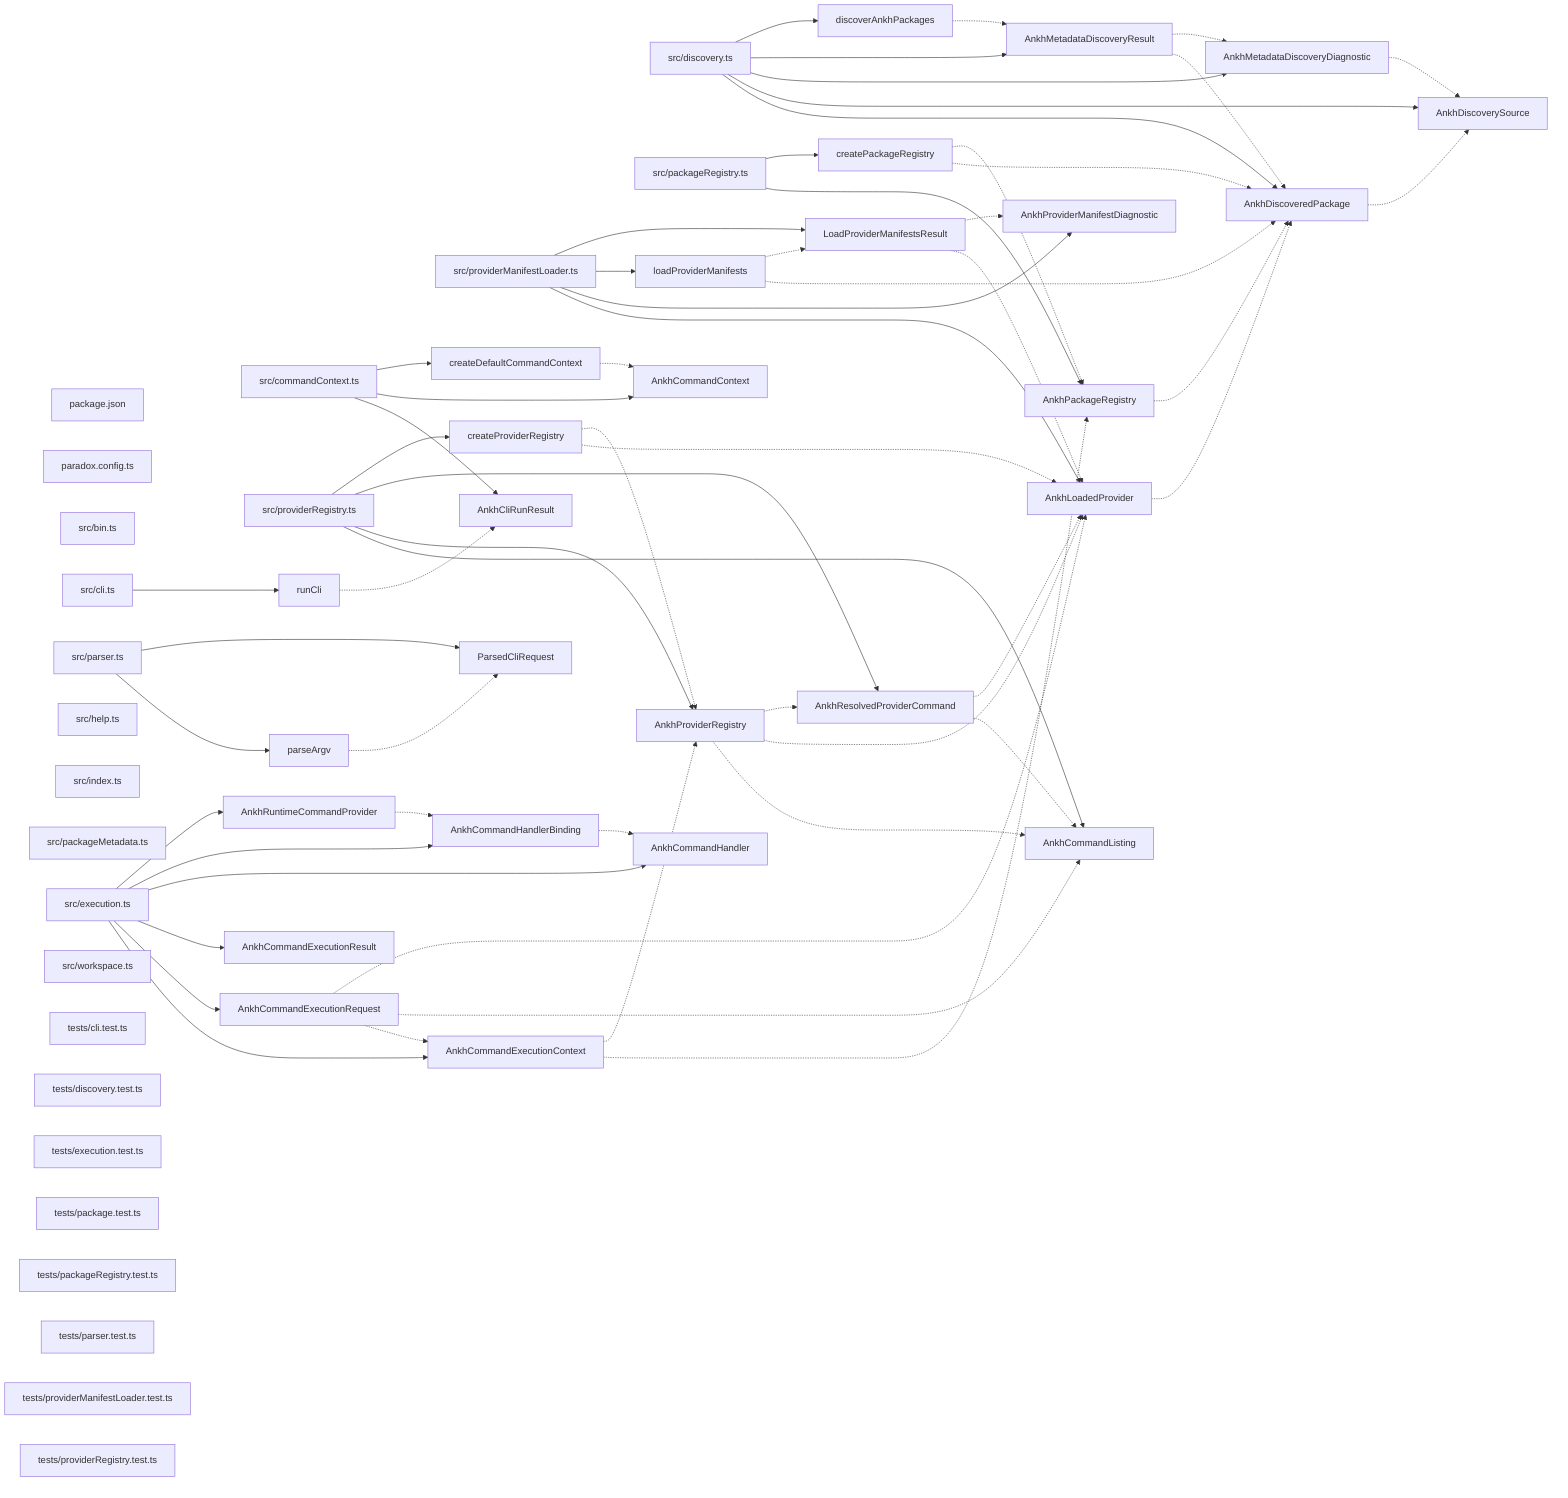
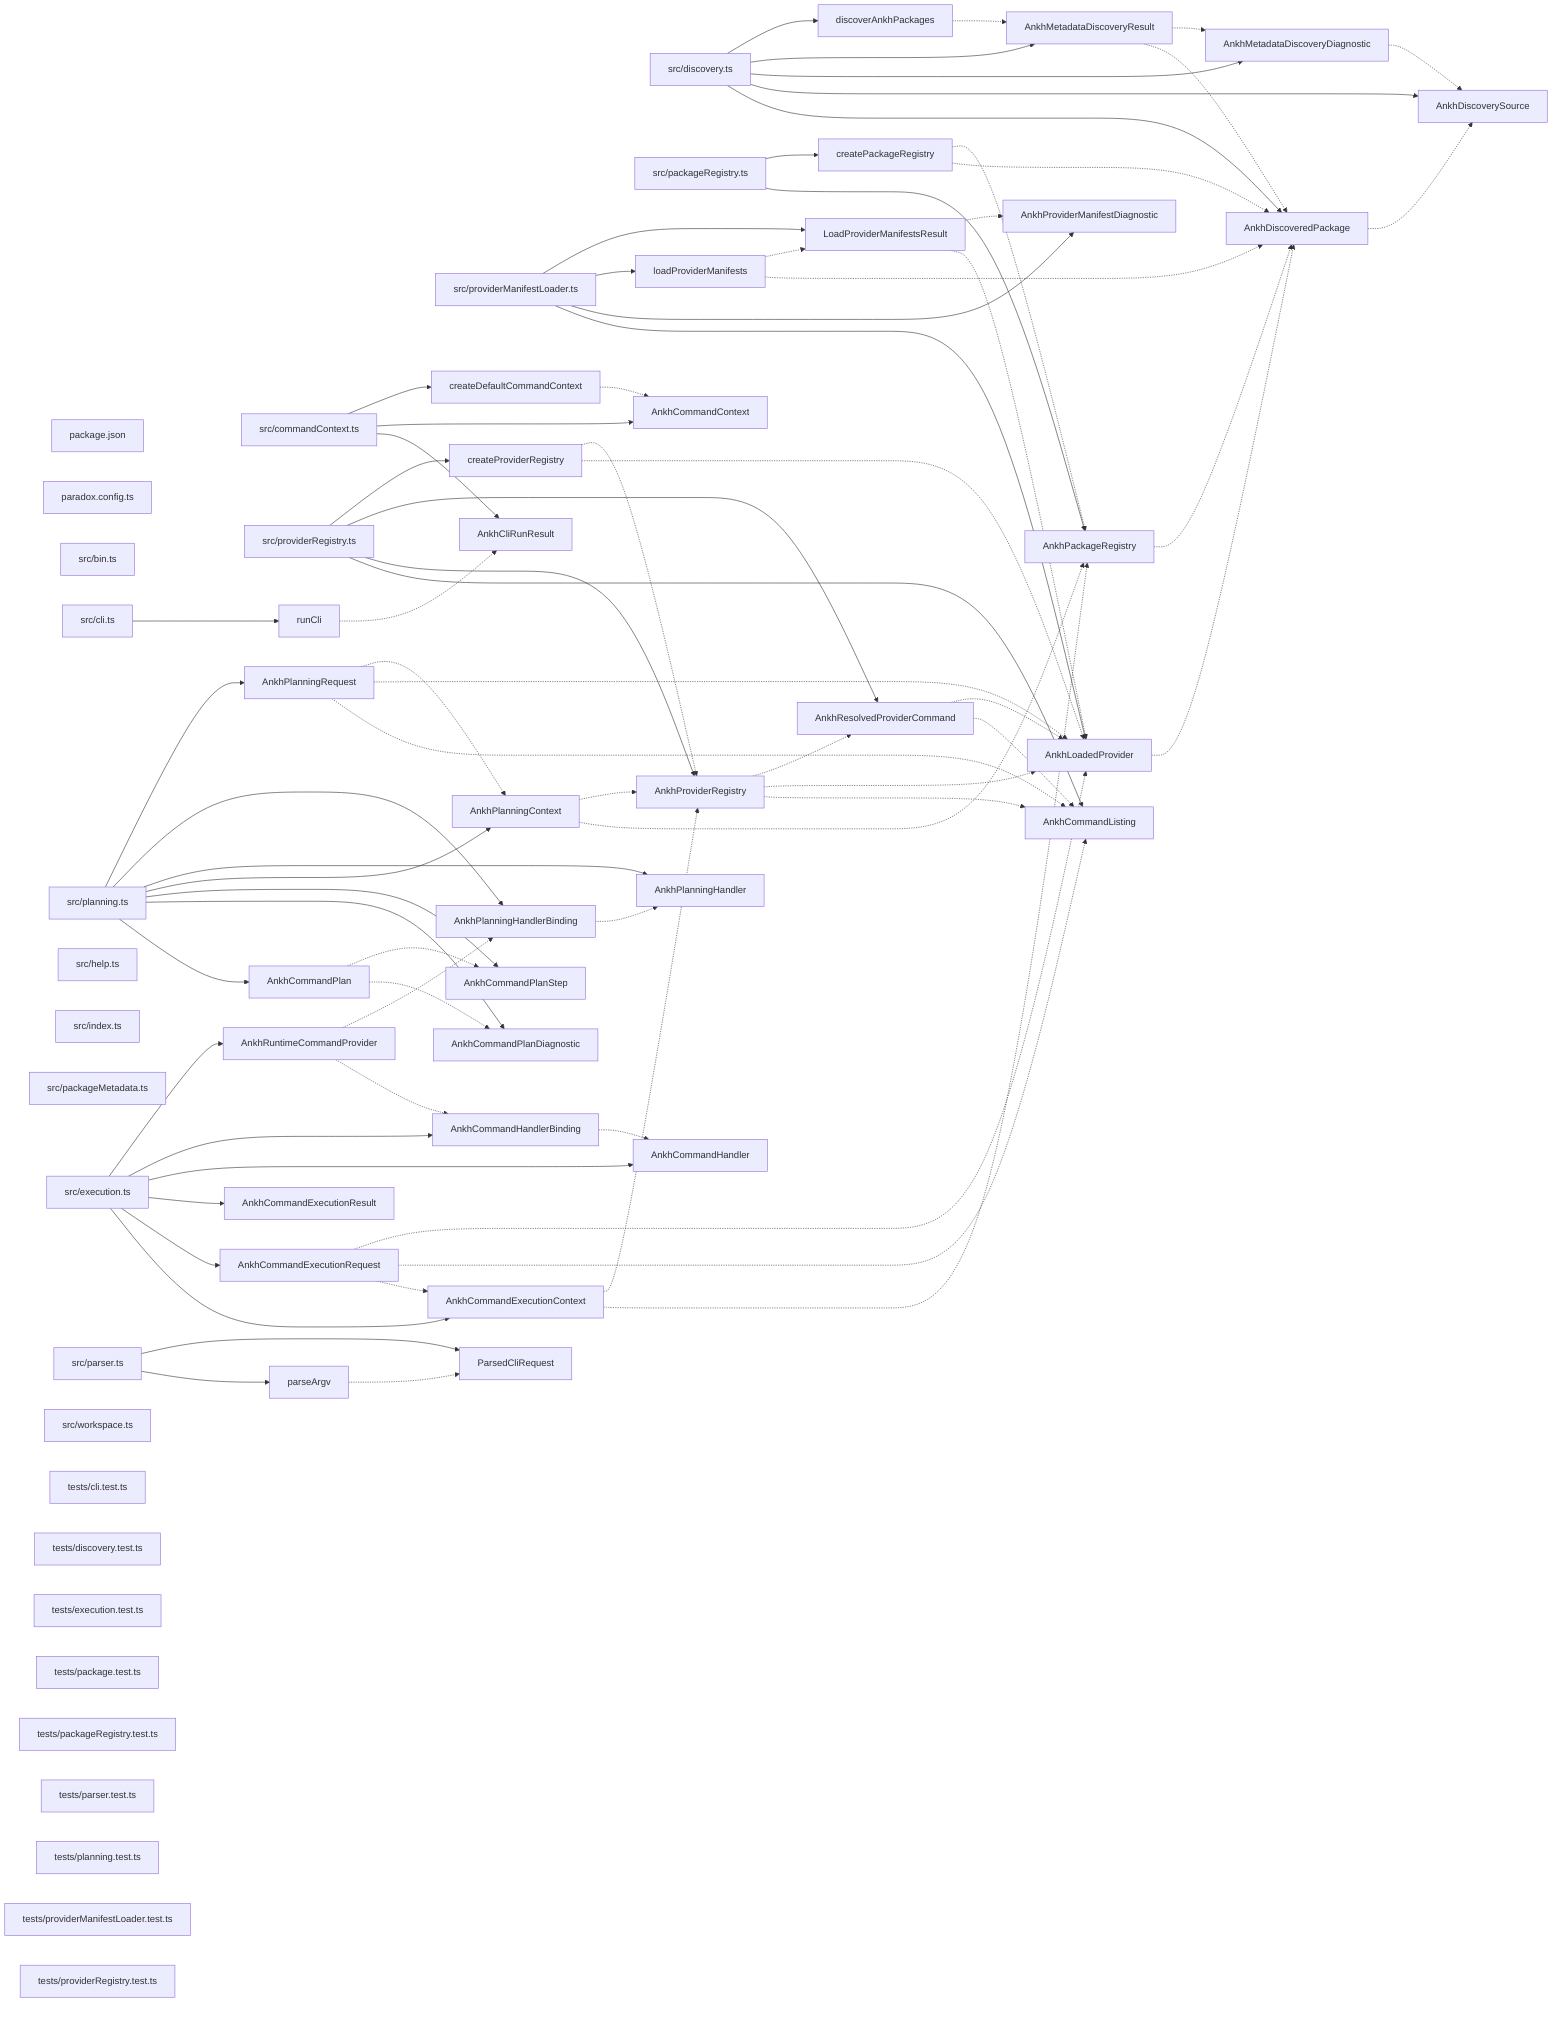
graph LR
  module_package_json["package.json"]
  module_paradox_config_ts["paradox.config.ts"]
  module_src_bin_ts["src/bin.ts"]
  module_src_cli_ts["src/cli.ts"]
  module_src_commandContext_ts["src/commandContext.ts"]
  module_src_discovery_ts["src/discovery.ts"]
  module_src_execution_ts["src/execution.ts"]
  module_src_help_ts["src/help.ts"]
  module_src_index_ts["src/index.ts"]
  module_src_packageMetadata_ts["src/packageMetadata.ts"]
  module_src_packageRegistry_ts["src/packageRegistry.ts"]
  module_src_parser_ts["src/parser.ts"]
+   module_src_planning_ts["src/planning.ts"]
  module_src_providerManifestLoader_ts["src/providerManifestLoader.ts"]
  module_src_providerRegistry_ts["src/providerRegistry.ts"]
  module_src_workspace_ts["src/workspace.ts"]
  module_tests_cli_test_ts["tests/cli.test.ts"]
  module_tests_discovery_test_ts["tests/discovery.test.ts"]
  module_tests_execution_test_ts["tests/execution.test.ts"]
  module_tests_package_test_ts["tests/package.test.ts"]
  module_tests_packageRegistry_test_ts["tests/packageRegistry.test.ts"]
  module_tests_parser_test_ts["tests/parser.test.ts"]
+   module_tests_planning_test_ts["tests/planning.test.ts"]
  module_tests_providerManifestLoader_test_ts["tests/providerManifestLoader.test.ts"]
  module_tests_providerRegistry_test_ts["tests/providerRegistry.test.ts"]
  export_AnkhCliRunResult["AnkhCliRunResult"]
  module_src_commandContext_ts --> export_AnkhCliRunResult
  export_AnkhCommandContext["AnkhCommandContext"]
  module_src_commandContext_ts --> export_AnkhCommandContext
  export_AnkhCommandExecutionContext["AnkhCommandExecutionContext"]
  module_src_execution_ts --> export_AnkhCommandExecutionContext
  export_AnkhCommandExecutionContext -.-> export_AnkhPackageRegistry
  export_AnkhCommandExecutionContext -.-> export_AnkhProviderRegistry
  export_AnkhCommandExecutionRequest["AnkhCommandExecutionRequest"]
  module_src_execution_ts --> export_AnkhCommandExecutionRequest
  export_AnkhCommandExecutionRequest -.-> export_AnkhCommandExecutionContext
  export_AnkhCommandExecutionRequest -.-> export_AnkhCommandListing
  export_AnkhCommandExecutionRequest -.-> export_AnkhLoadedProvider
  export_AnkhCommandExecutionResult["AnkhCommandExecutionResult"]
  module_src_execution_ts --> export_AnkhCommandExecutionResult
  export_AnkhCommandHandler["AnkhCommandHandler"]
  module_src_execution_ts --> export_AnkhCommandHandler
  export_AnkhCommandHandlerBinding["AnkhCommandHandlerBinding"]
  module_src_execution_ts --> export_AnkhCommandHandlerBinding
  export_AnkhCommandHandlerBinding -.-> export_AnkhCommandHandler
  export_AnkhCommandListing["AnkhCommandListing"]
  module_src_providerRegistry_ts --> export_AnkhCommandListing
+   export_AnkhCommandPlan["AnkhCommandPlan"]
+   module_src_planning_ts --> export_AnkhCommandPlan
+   export_AnkhCommandPlan -.-> export_AnkhCommandPlanDiagnostic
+   export_AnkhCommandPlan -.-> export_AnkhCommandPlanStep
+   export_AnkhCommandPlanDiagnostic["AnkhCommandPlanDiagnostic"]
+   module_src_planning_ts --> export_AnkhCommandPlanDiagnostic
+   export_AnkhCommandPlanStep["AnkhCommandPlanStep"]
+   module_src_planning_ts --> export_AnkhCommandPlanStep
  export_AnkhDiscoveredPackage["AnkhDiscoveredPackage"]
  module_src_discovery_ts --> export_AnkhDiscoveredPackage
  export_AnkhDiscoveredPackage -.-> export_AnkhDiscoverySource
  export_AnkhDiscoverySource["AnkhDiscoverySource"]
  module_src_discovery_ts --> export_AnkhDiscoverySource
  export_AnkhLoadedProvider["AnkhLoadedProvider"]
  module_src_providerManifestLoader_ts --> export_AnkhLoadedProvider
  export_AnkhLoadedProvider -.-> export_AnkhDiscoveredPackage
  export_AnkhMetadataDiscoveryDiagnostic["AnkhMetadataDiscoveryDiagnostic"]
  module_src_discovery_ts --> export_AnkhMetadataDiscoveryDiagnostic
  export_AnkhMetadataDiscoveryDiagnostic -.-> export_AnkhDiscoverySource
  export_AnkhMetadataDiscoveryResult["AnkhMetadataDiscoveryResult"]
  module_src_discovery_ts --> export_AnkhMetadataDiscoveryResult
  export_AnkhMetadataDiscoveryResult -.-> export_AnkhDiscoveredPackage
  export_AnkhMetadataDiscoveryResult -.-> export_AnkhMetadataDiscoveryDiagnostic
  export_AnkhPackageRegistry["AnkhPackageRegistry"]
  module_src_packageRegistry_ts --> export_AnkhPackageRegistry
  export_AnkhPackageRegistry -.-> export_AnkhDiscoveredPackage
+   export_AnkhPlanningContext["AnkhPlanningContext"]
+   module_src_planning_ts --> export_AnkhPlanningContext
+   export_AnkhPlanningContext -.-> export_AnkhPackageRegistry
+   export_AnkhPlanningContext -.-> export_AnkhProviderRegistry
+   export_AnkhPlanningHandler["AnkhPlanningHandler"]
+   module_src_planning_ts --> export_AnkhPlanningHandler
+   export_AnkhPlanningHandlerBinding["AnkhPlanningHandlerBinding"]
+   module_src_planning_ts --> export_AnkhPlanningHandlerBinding
+   export_AnkhPlanningHandlerBinding -.-> export_AnkhPlanningHandler
+   export_AnkhPlanningRequest["AnkhPlanningRequest"]
+   module_src_planning_ts --> export_AnkhPlanningRequest
+   export_AnkhPlanningRequest -.-> export_AnkhCommandListing
+   export_AnkhPlanningRequest -.-> export_AnkhLoadedProvider
+   export_AnkhPlanningRequest -.-> export_AnkhPlanningContext
  export_AnkhProviderManifestDiagnostic["AnkhProviderManifestDiagnostic"]
  module_src_providerManifestLoader_ts --> export_AnkhProviderManifestDiagnostic
  export_AnkhProviderRegistry["AnkhProviderRegistry"]
  module_src_providerRegistry_ts --> export_AnkhProviderRegistry
  export_AnkhProviderRegistry -.-> export_AnkhCommandListing
  export_AnkhProviderRegistry -.-> export_AnkhLoadedProvider
  export_AnkhProviderRegistry -.-> export_AnkhResolvedProviderCommand
  export_AnkhResolvedProviderCommand["AnkhResolvedProviderCommand"]
  module_src_providerRegistry_ts --> export_AnkhResolvedProviderCommand
  export_AnkhResolvedProviderCommand -.-> export_AnkhCommandListing
  export_AnkhResolvedProviderCommand -.-> export_AnkhLoadedProvider
  export_AnkhRuntimeCommandProvider["AnkhRuntimeCommandProvider"]
  module_src_execution_ts --> export_AnkhRuntimeCommandProvider
  export_AnkhRuntimeCommandProvider -.-> export_AnkhCommandHandlerBinding
+   export_AnkhRuntimeCommandProvider -.-> export_AnkhPlanningHandlerBinding
  export_createDefaultCommandContext["createDefaultCommandContext"]
  module_src_commandContext_ts --> export_createDefaultCommandContext
  export_createDefaultCommandContext -.-> export_AnkhCommandContext
  export_createPackageRegistry["createPackageRegistry"]
  module_src_packageRegistry_ts --> export_createPackageRegistry
  export_createPackageRegistry -.-> export_AnkhDiscoveredPackage
  export_createPackageRegistry -.-> export_AnkhPackageRegistry
  export_createProviderRegistry["createProviderRegistry"]
  module_src_providerRegistry_ts --> export_createProviderRegistry
  export_createProviderRegistry -.-> export_AnkhLoadedProvider
  export_createProviderRegistry -.-> export_AnkhProviderRegistry
  export_discoverAnkhPackages["discoverAnkhPackages"]
  module_src_discovery_ts --> export_discoverAnkhPackages
  export_discoverAnkhPackages -.-> export_AnkhMetadataDiscoveryResult
  export_loadProviderManifests["loadProviderManifests"]
  module_src_providerManifestLoader_ts --> export_loadProviderManifests
  export_loadProviderManifests -.-> export_AnkhDiscoveredPackage
  export_loadProviderManifests -.-> export_LoadProviderManifestsResult
  export_LoadProviderManifestsResult["LoadProviderManifestsResult"]
  module_src_providerManifestLoader_ts --> export_LoadProviderManifestsResult
  export_LoadProviderManifestsResult -.-> export_AnkhLoadedProvider
  export_LoadProviderManifestsResult -.-> export_AnkhProviderManifestDiagnostic
  export_parseArgv["parseArgv"]
  module_src_parser_ts --> export_parseArgv
  export_parseArgv -.-> export_ParsedCliRequest
  export_ParsedCliRequest["ParsedCliRequest"]
  module_src_parser_ts --> export_ParsedCliRequest
  export_runCli["runCli"]
  module_src_cli_ts --> export_runCli
  export_runCli -.-> export_AnkhCliRunResult
